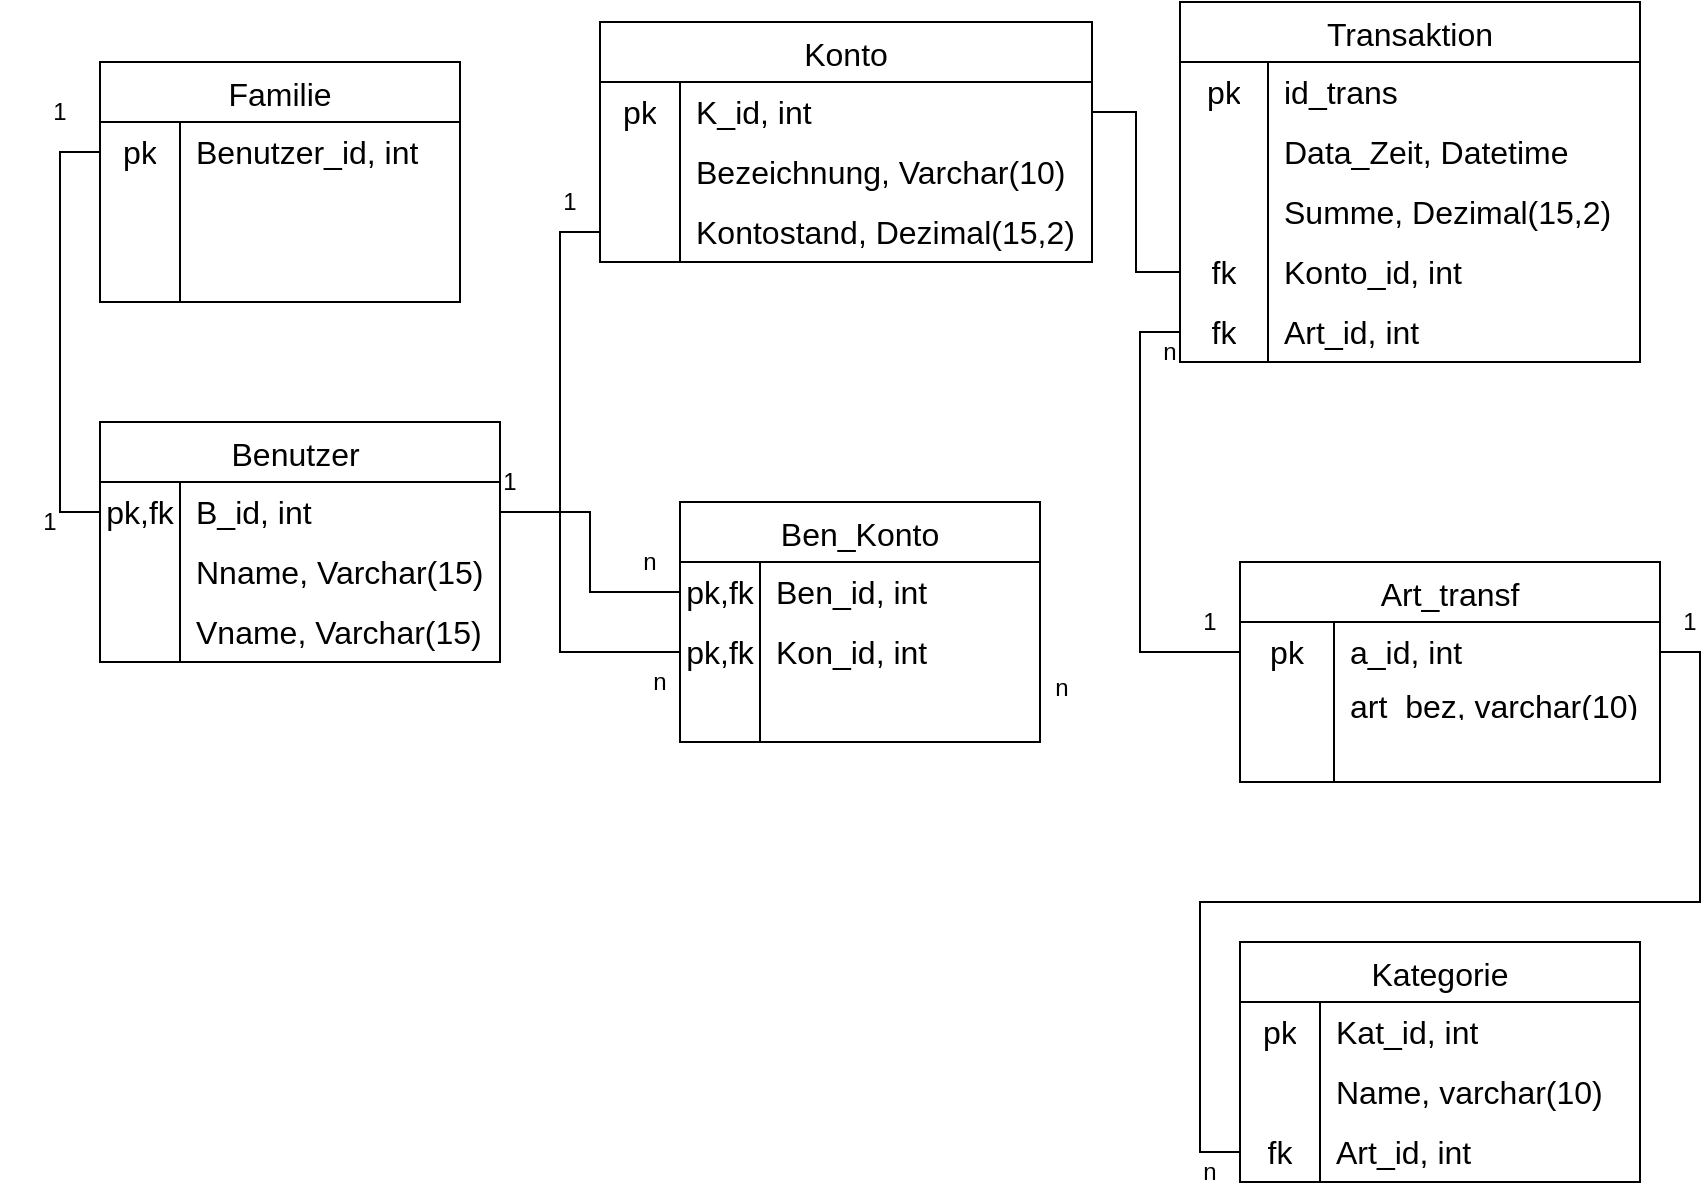
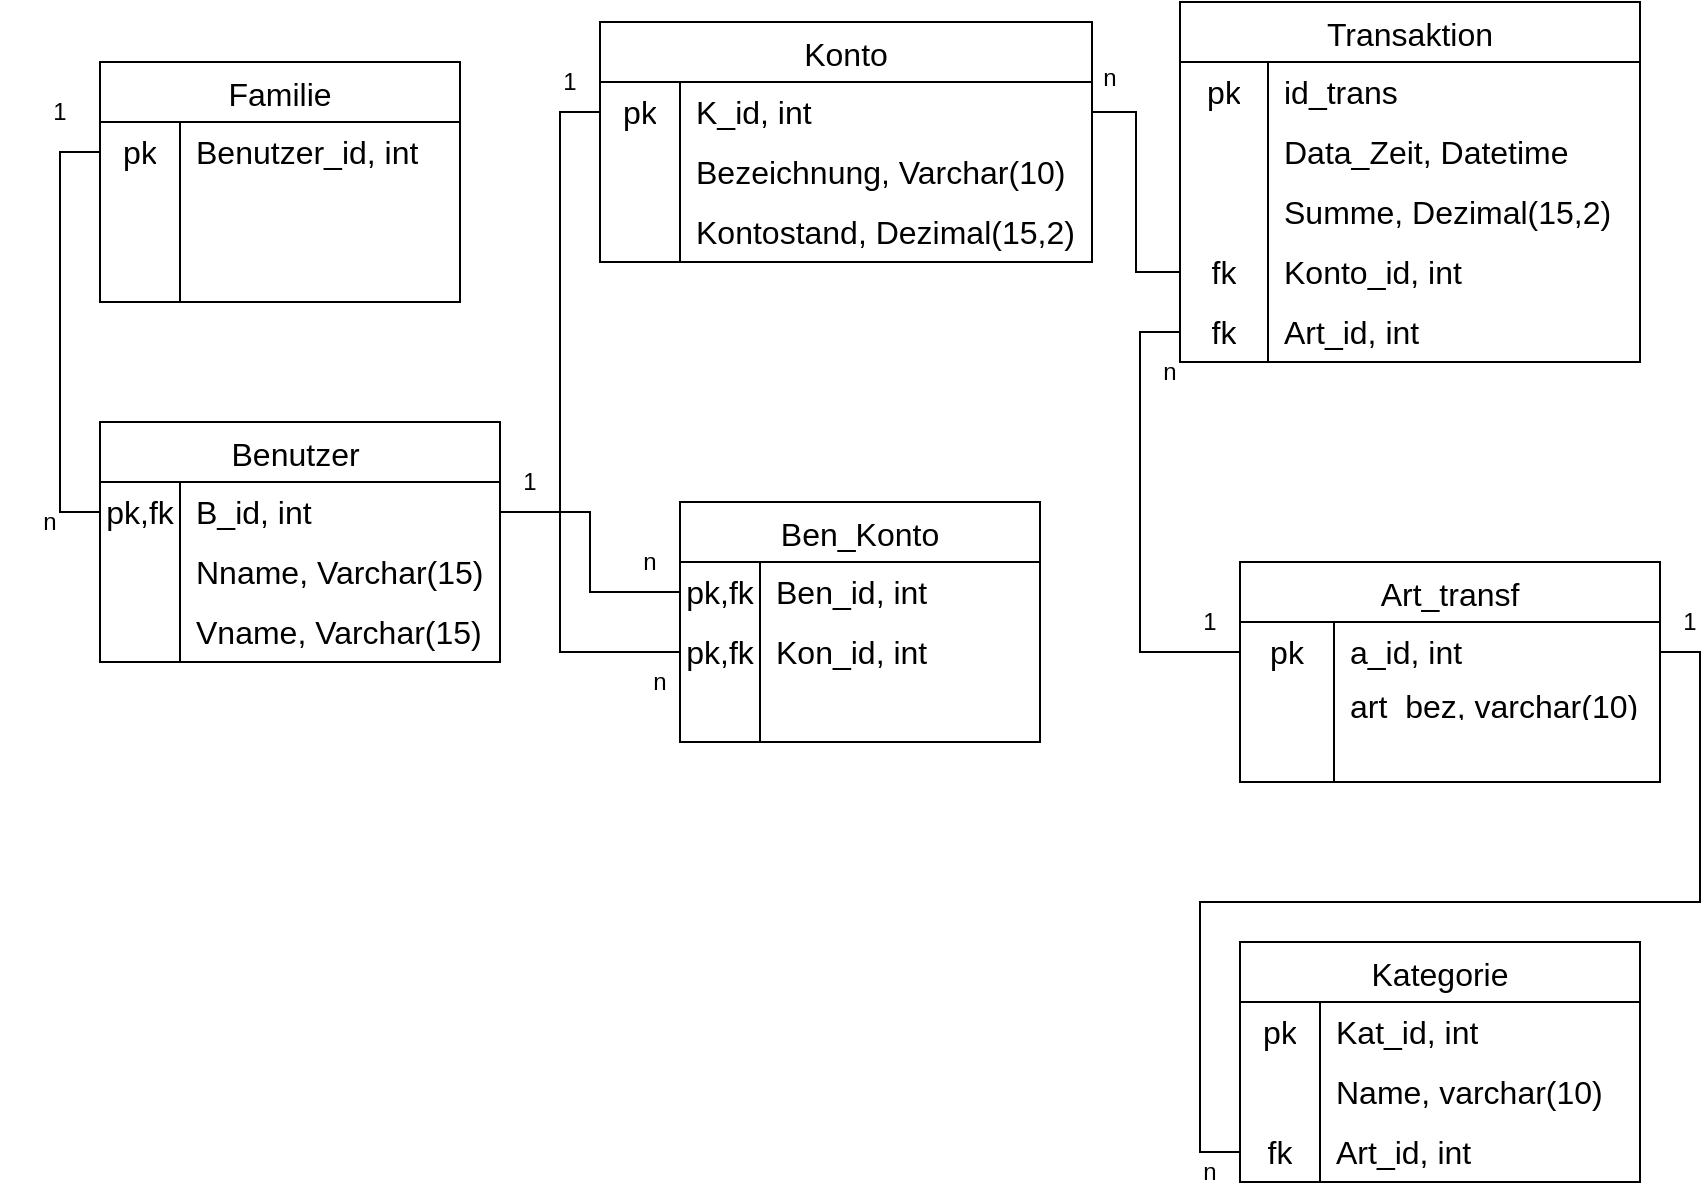
<mxfile host="app.diagrams.net">
  <diagram name="Seite-1" id="xPv2AC1nwmg8GyKB69Yi">
    <mxGraphModel dx="1537" dy="936" grid="1" gridSize="10" guides="1" tooltips="1" connect="1" arrows="1" fold="1" page="1" pageScale="1" pageWidth="827" pageHeight="1169" math="0" shadow="0">
      <root>
        <mxCell id="0" />
        <mxCell id="1" parent="0" />
        <mxCell id="_DhCgDT5A8rUitMqF_tN-1" parent="1" style="shape=table;startSize=30;container=1;collapsible=0;childLayout=tableLayout;fixedRows=1;rowLines=0;fontStyle=0;strokeColor=default;fontSize=16;" value="Familie" vertex="1">
          <mxGeometry height="120" width="180" x="70" y="210" as="geometry" />
        </mxCell>
        <mxCell id="_DhCgDT5A8rUitMqF_tN-2" parent="_DhCgDT5A8rUitMqF_tN-1" style="shape=tableRow;horizontal=0;startSize=0;swimlaneHead=0;swimlaneBody=0;top=0;left=0;bottom=0;right=0;collapsible=0;dropTarget=0;fillColor=none;points=[[0,0.5],[1,0.5]];portConstraint=eastwest;strokeColor=inherit;fontSize=16;" value="" vertex="1">
          <mxGeometry height="30" width="180" y="30" as="geometry" />
        </mxCell>
        <mxCell id="_DhCgDT5A8rUitMqF_tN-3" parent="_DhCgDT5A8rUitMqF_tN-2" style="shape=partialRectangle;html=1;whiteSpace=wrap;connectable=0;fillColor=none;top=0;left=0;bottom=0;right=0;overflow=hidden;pointerEvents=1;strokeColor=inherit;fontSize=16;" value="pk" vertex="1">
          <mxGeometry height="30" width="40" as="geometry">
            <mxRectangle height="30" width="40" as="alternateBounds" />
          </mxGeometry>
        </mxCell>
        <mxCell id="_DhCgDT5A8rUitMqF_tN-4" parent="_DhCgDT5A8rUitMqF_tN-2" style="shape=partialRectangle;html=1;whiteSpace=wrap;connectable=0;fillColor=none;top=0;left=0;bottom=0;right=0;align=left;spacingLeft=6;overflow=hidden;strokeColor=inherit;fontSize=16;" value="Benutzer_id, int" vertex="1">
          <mxGeometry height="30" width="140" x="40" as="geometry">
            <mxRectangle height="30" width="140" as="alternateBounds" />
          </mxGeometry>
        </mxCell>
        <mxCell id="_DhCgDT5A8rUitMqF_tN-5" parent="_DhCgDT5A8rUitMqF_tN-1" style="shape=tableRow;horizontal=0;startSize=0;swimlaneHead=0;swimlaneBody=0;top=0;left=0;bottom=0;right=0;collapsible=0;dropTarget=0;fillColor=none;points=[[0,0.5],[1,0.5]];portConstraint=eastwest;strokeColor=inherit;fontSize=16;" value="" vertex="1">
          <mxGeometry height="30" width="180" y="60" as="geometry" />
        </mxCell>
        <mxCell id="_DhCgDT5A8rUitMqF_tN-6" parent="_DhCgDT5A8rUitMqF_tN-5" style="shape=partialRectangle;html=1;whiteSpace=wrap;connectable=0;fillColor=none;top=0;left=0;bottom=0;right=0;overflow=hidden;strokeColor=inherit;fontSize=16;" value="" vertex="1">
          <mxGeometry height="30" width="40" as="geometry">
            <mxRectangle height="30" width="40" as="alternateBounds" />
          </mxGeometry>
        </mxCell>
        <mxCell id="_DhCgDT5A8rUitMqF_tN-7" parent="_DhCgDT5A8rUitMqF_tN-5" style="shape=partialRectangle;html=1;whiteSpace=wrap;connectable=0;fillColor=none;top=0;left=0;bottom=0;right=0;align=left;spacingLeft=6;overflow=hidden;strokeColor=inherit;fontSize=16;" value="" vertex="1">
          <mxGeometry height="30" width="140" x="40" as="geometry">
            <mxRectangle height="30" width="140" as="alternateBounds" />
          </mxGeometry>
        </mxCell>
        <mxCell id="_DhCgDT5A8rUitMqF_tN-8" parent="_DhCgDT5A8rUitMqF_tN-1" style="shape=tableRow;horizontal=0;startSize=0;swimlaneHead=0;swimlaneBody=0;top=0;left=0;bottom=0;right=0;collapsible=0;dropTarget=0;fillColor=none;points=[[0,0.5],[1,0.5]];portConstraint=eastwest;strokeColor=inherit;fontSize=16;" value="" vertex="1">
          <mxGeometry height="30" width="180" y="90" as="geometry" />
        </mxCell>
        <mxCell id="_DhCgDT5A8rUitMqF_tN-9" parent="_DhCgDT5A8rUitMqF_tN-8" style="shape=partialRectangle;html=1;whiteSpace=wrap;connectable=0;fillColor=none;top=0;left=0;bottom=0;right=0;overflow=hidden;strokeColor=inherit;fontSize=16;" value="" vertex="1">
          <mxGeometry height="30" width="40" as="geometry">
            <mxRectangle height="30" width="40" as="alternateBounds" />
          </mxGeometry>
        </mxCell>
        <mxCell id="_DhCgDT5A8rUitMqF_tN-10" parent="_DhCgDT5A8rUitMqF_tN-8" style="shape=partialRectangle;html=1;whiteSpace=wrap;connectable=0;fillColor=none;top=0;left=0;bottom=0;right=0;align=left;spacingLeft=6;overflow=hidden;strokeColor=inherit;fontSize=16;" value="" vertex="1">
          <mxGeometry height="30" width="140" x="40" as="geometry">
            <mxRectangle height="30" width="140" as="alternateBounds" />
          </mxGeometry>
        </mxCell>
        <mxCell id="_DhCgDT5A8rUitMqF_tN-11" parent="1" style="shape=table;startSize=30;container=1;collapsible=0;childLayout=tableLayout;fixedRows=1;rowLines=0;fontStyle=0;strokeColor=default;fontSize=16;" value="Benutzer " vertex="1">
          <mxGeometry height="120" width="200" x="70" y="390" as="geometry" />
        </mxCell>
        <mxCell id="_DhCgDT5A8rUitMqF_tN-12" parent="_DhCgDT5A8rUitMqF_tN-11" style="shape=tableRow;horizontal=0;startSize=0;swimlaneHead=0;swimlaneBody=0;top=0;left=0;bottom=0;right=0;collapsible=0;dropTarget=0;fillColor=none;points=[[0,0.5],[1,0.5]];portConstraint=eastwest;strokeColor=inherit;fontSize=16;" value="" vertex="1">
          <mxGeometry height="30" width="200" y="30" as="geometry" />
        </mxCell>
        <mxCell id="_DhCgDT5A8rUitMqF_tN-13" parent="_DhCgDT5A8rUitMqF_tN-12" style="shape=partialRectangle;html=1;whiteSpace=wrap;connectable=0;fillColor=none;top=0;left=0;bottom=0;right=0;overflow=hidden;pointerEvents=1;strokeColor=inherit;fontSize=16;" value="pk,fk" vertex="1">
          <mxGeometry height="30" width="40" as="geometry">
            <mxRectangle height="30" width="40" as="alternateBounds" />
          </mxGeometry>
        </mxCell>
        <mxCell id="_DhCgDT5A8rUitMqF_tN-14" parent="_DhCgDT5A8rUitMqF_tN-12" style="shape=partialRectangle;html=1;whiteSpace=wrap;connectable=0;fillColor=none;top=0;left=0;bottom=0;right=0;align=left;spacingLeft=6;overflow=hidden;strokeColor=inherit;fontSize=16;" value="B_id, int" vertex="1">
          <mxGeometry height="30" width="160" x="40" as="geometry">
            <mxRectangle height="30" width="160" as="alternateBounds" />
          </mxGeometry>
        </mxCell>
        <mxCell id="_DhCgDT5A8rUitMqF_tN-15" parent="_DhCgDT5A8rUitMqF_tN-11" style="shape=tableRow;horizontal=0;startSize=0;swimlaneHead=0;swimlaneBody=0;top=0;left=0;bottom=0;right=0;collapsible=0;dropTarget=0;fillColor=none;points=[[0,0.5],[1,0.5]];portConstraint=eastwest;strokeColor=inherit;fontSize=16;" value="" vertex="1">
          <mxGeometry height="30" width="200" y="60" as="geometry" />
        </mxCell>
        <mxCell id="_DhCgDT5A8rUitMqF_tN-16" parent="_DhCgDT5A8rUitMqF_tN-15" style="shape=partialRectangle;html=1;whiteSpace=wrap;connectable=0;fillColor=none;top=0;left=0;bottom=0;right=0;overflow=hidden;strokeColor=inherit;fontSize=16;" value="" vertex="1">
          <mxGeometry height="30" width="40" as="geometry">
            <mxRectangle height="30" width="40" as="alternateBounds" />
          </mxGeometry>
        </mxCell>
        <mxCell id="_DhCgDT5A8rUitMqF_tN-17" parent="_DhCgDT5A8rUitMqF_tN-15" style="shape=partialRectangle;html=1;whiteSpace=wrap;connectable=0;fillColor=none;top=0;left=0;bottom=0;right=0;align=left;spacingLeft=6;overflow=hidden;strokeColor=inherit;fontSize=16;" value="Nname, Varchar(15)" vertex="1">
          <mxGeometry height="30" width="160" x="40" as="geometry">
            <mxRectangle height="30" width="160" as="alternateBounds" />
          </mxGeometry>
        </mxCell>
        <mxCell id="_DhCgDT5A8rUitMqF_tN-18" parent="_DhCgDT5A8rUitMqF_tN-11" style="shape=tableRow;horizontal=0;startSize=0;swimlaneHead=0;swimlaneBody=0;top=0;left=0;bottom=0;right=0;collapsible=0;dropTarget=0;fillColor=none;points=[[0,0.5],[1,0.5]];portConstraint=eastwest;strokeColor=inherit;fontSize=16;" value="" vertex="1">
          <mxGeometry height="30" width="200" y="90" as="geometry" />
        </mxCell>
        <mxCell id="_DhCgDT5A8rUitMqF_tN-19" parent="_DhCgDT5A8rUitMqF_tN-18" style="shape=partialRectangle;html=1;whiteSpace=wrap;connectable=0;fillColor=none;top=0;left=0;bottom=0;right=0;overflow=hidden;strokeColor=inherit;fontSize=16;" value="" vertex="1">
          <mxGeometry height="30" width="40" as="geometry">
            <mxRectangle height="30" width="40" as="alternateBounds" />
          </mxGeometry>
        </mxCell>
        <mxCell id="_DhCgDT5A8rUitMqF_tN-20" parent="_DhCgDT5A8rUitMqF_tN-18" style="shape=partialRectangle;html=1;whiteSpace=wrap;connectable=0;fillColor=none;top=0;left=0;bottom=0;right=0;align=left;spacingLeft=6;overflow=hidden;strokeColor=inherit;fontSize=16;" value="Vname, Varchar(15)" vertex="1">
          <mxGeometry height="30" width="160" x="40" as="geometry">
            <mxRectangle height="30" width="160" as="alternateBounds" />
          </mxGeometry>
        </mxCell>
        <mxCell id="_DhCgDT5A8rUitMqF_tN-21" edge="1" parent="1" source="_DhCgDT5A8rUitMqF_tN-2" style="edgeStyle=orthogonalEdgeStyle;rounded=0;orthogonalLoop=1;jettySize=auto;html=1;entryX=0;entryY=0.5;entryDx=0;entryDy=0;exitX=0;exitY=0.5;exitDx=0;exitDy=0;endArrow=none;endFill=0;" target="_DhCgDT5A8rUitMqF_tN-12">
          <mxGeometry relative="1" as="geometry" />
        </mxCell>
        <mxCell id="_DhCgDT5A8rUitMqF_tN-22" parent="1" style="text;html=1;whiteSpace=wrap;strokeColor=none;fillColor=none;align=center;verticalAlign=middle;rounded=0;" value="1" vertex="1">
          <mxGeometry height="30" width="60" x="20" y="220" as="geometry" />
        </mxCell>
-         <mxCell id="_DhCgDT5A8rUitMqF_tN-23" parent="1" style="text;html=1;whiteSpace=wrap;strokeColor=none;fillColor=none;align=center;verticalAlign=middle;rounded=0;" value="1" vertex="1">
+         <mxCell id="_DhCgDT5A8rUitMqF_tN-23" parent="1" style="text;html=1;whiteSpace=wrap;strokeColor=none;fillColor=none;align=center;verticalAlign=middle;rounded=0;" value="n" vertex="1">
          <mxGeometry height="20" width="30" x="30" y="430" as="geometry" />
        </mxCell>
        <mxCell id="_DhCgDT5A8rUitMqF_tN-24" parent="1" style="shape=table;startSize=30;container=1;collapsible=0;childLayout=tableLayout;fixedRows=1;rowLines=0;fontStyle=0;strokeColor=default;fontSize=16;" value="Ben_Konto" vertex="1">
          <mxGeometry height="120" width="180" x="360" y="430" as="geometry" />
        </mxCell>
        <mxCell id="_DhCgDT5A8rUitMqF_tN-25" parent="_DhCgDT5A8rUitMqF_tN-24" style="shape=tableRow;horizontal=0;startSize=0;swimlaneHead=0;swimlaneBody=0;top=0;left=0;bottom=0;right=0;collapsible=0;dropTarget=0;fillColor=none;points=[[0,0.5],[1,0.5]];portConstraint=eastwest;strokeColor=inherit;fontSize=16;" value="" vertex="1">
          <mxGeometry height="30" width="180" y="30" as="geometry" />
        </mxCell>
        <mxCell id="_DhCgDT5A8rUitMqF_tN-26" parent="_DhCgDT5A8rUitMqF_tN-25" style="shape=partialRectangle;html=1;whiteSpace=wrap;connectable=0;fillColor=none;top=0;left=0;bottom=0;right=0;overflow=hidden;pointerEvents=1;strokeColor=inherit;fontSize=16;" value="pk,fk" vertex="1">
          <mxGeometry height="30" width="40" as="geometry">
            <mxRectangle height="30" width="40" as="alternateBounds" />
          </mxGeometry>
        </mxCell>
        <mxCell id="_DhCgDT5A8rUitMqF_tN-27" parent="_DhCgDT5A8rUitMqF_tN-25" style="shape=partialRectangle;html=1;whiteSpace=wrap;connectable=0;fillColor=none;top=0;left=0;bottom=0;right=0;align=left;spacingLeft=6;overflow=hidden;strokeColor=inherit;fontSize=16;" value="Ben_id, int" vertex="1">
          <mxGeometry height="30" width="140" x="40" as="geometry">
            <mxRectangle height="30" width="140" as="alternateBounds" />
          </mxGeometry>
        </mxCell>
        <mxCell id="_DhCgDT5A8rUitMqF_tN-28" parent="_DhCgDT5A8rUitMqF_tN-24" style="shape=tableRow;horizontal=0;startSize=0;swimlaneHead=0;swimlaneBody=0;top=0;left=0;bottom=0;right=0;collapsible=0;dropTarget=0;fillColor=none;points=[[0,0.5],[1,0.5]];portConstraint=eastwest;strokeColor=inherit;fontSize=16;" value="" vertex="1">
          <mxGeometry height="30" width="180" y="60" as="geometry" />
        </mxCell>
        <mxCell id="_DhCgDT5A8rUitMqF_tN-29" parent="_DhCgDT5A8rUitMqF_tN-28" style="shape=partialRectangle;html=1;whiteSpace=wrap;connectable=0;fillColor=none;top=0;left=0;bottom=0;right=0;overflow=hidden;strokeColor=inherit;fontSize=16;" value="pk,fk" vertex="1">
          <mxGeometry height="30" width="40" as="geometry">
            <mxRectangle height="30" width="40" as="alternateBounds" />
          </mxGeometry>
        </mxCell>
        <mxCell id="_DhCgDT5A8rUitMqF_tN-30" parent="_DhCgDT5A8rUitMqF_tN-28" style="shape=partialRectangle;html=1;whiteSpace=wrap;connectable=0;fillColor=none;top=0;left=0;bottom=0;right=0;align=left;spacingLeft=6;overflow=hidden;strokeColor=inherit;fontSize=16;" value="Kon_id, int" vertex="1">
          <mxGeometry height="30" width="140" x="40" as="geometry">
            <mxRectangle height="30" width="140" as="alternateBounds" />
          </mxGeometry>
        </mxCell>
        <mxCell id="_DhCgDT5A8rUitMqF_tN-31" parent="_DhCgDT5A8rUitMqF_tN-24" style="shape=tableRow;horizontal=0;startSize=0;swimlaneHead=0;swimlaneBody=0;top=0;left=0;bottom=0;right=0;collapsible=0;dropTarget=0;fillColor=none;points=[[0,0.5],[1,0.5]];portConstraint=eastwest;strokeColor=inherit;fontSize=16;" value="" vertex="1">
          <mxGeometry height="30" width="180" y="90" as="geometry" />
        </mxCell>
        <mxCell id="_DhCgDT5A8rUitMqF_tN-32" parent="_DhCgDT5A8rUitMqF_tN-31" style="shape=partialRectangle;html=1;whiteSpace=wrap;connectable=0;fillColor=none;top=0;left=0;bottom=0;right=0;overflow=hidden;strokeColor=inherit;fontSize=16;" value="" vertex="1">
          <mxGeometry height="30" width="40" as="geometry">
            <mxRectangle height="30" width="40" as="alternateBounds" />
          </mxGeometry>
        </mxCell>
        <mxCell id="_DhCgDT5A8rUitMqF_tN-33" parent="_DhCgDT5A8rUitMqF_tN-31" style="shape=partialRectangle;html=1;whiteSpace=wrap;connectable=0;fillColor=none;top=0;left=0;bottom=0;right=0;align=left;spacingLeft=6;overflow=hidden;strokeColor=inherit;fontSize=16;" value="" vertex="1">
          <mxGeometry height="30" width="140" x="40" as="geometry">
            <mxRectangle height="30" width="140" as="alternateBounds" />
          </mxGeometry>
        </mxCell>
        <mxCell id="_DhCgDT5A8rUitMqF_tN-34" parent="1" style="shape=table;startSize=30;container=1;collapsible=0;childLayout=tableLayout;fixedRows=1;rowLines=0;fontStyle=0;strokeColor=default;fontSize=16;" value="Konto" vertex="1">
          <mxGeometry height="120" width="246" x="320" y="190" as="geometry" />
        </mxCell>
        <mxCell id="_DhCgDT5A8rUitMqF_tN-35" parent="_DhCgDT5A8rUitMqF_tN-34" style="shape=tableRow;horizontal=0;startSize=0;swimlaneHead=0;swimlaneBody=0;top=0;left=0;bottom=0;right=0;collapsible=0;dropTarget=0;fillColor=none;points=[[0,0.5],[1,0.5]];portConstraint=eastwest;strokeColor=inherit;fontSize=16;" value="" vertex="1">
          <mxGeometry height="30" width="246" y="30" as="geometry" />
        </mxCell>
        <mxCell id="_DhCgDT5A8rUitMqF_tN-36" parent="_DhCgDT5A8rUitMqF_tN-35" style="shape=partialRectangle;html=1;whiteSpace=wrap;connectable=0;fillColor=none;top=0;left=0;bottom=0;right=0;overflow=hidden;pointerEvents=1;strokeColor=inherit;fontSize=16;" value="pk" vertex="1">
          <mxGeometry height="30" width="40" as="geometry">
            <mxRectangle height="30" width="40" as="alternateBounds" />
          </mxGeometry>
        </mxCell>
        <mxCell id="_DhCgDT5A8rUitMqF_tN-37" parent="_DhCgDT5A8rUitMqF_tN-35" style="shape=partialRectangle;html=1;whiteSpace=wrap;connectable=0;fillColor=none;top=0;left=0;bottom=0;right=0;align=left;spacingLeft=6;overflow=hidden;strokeColor=inherit;fontSize=16;" value="K_id, int" vertex="1">
          <mxGeometry height="30" width="206" x="40" as="geometry">
            <mxRectangle height="30" width="206" as="alternateBounds" />
          </mxGeometry>
        </mxCell>
        <mxCell id="_DhCgDT5A8rUitMqF_tN-38" parent="_DhCgDT5A8rUitMqF_tN-34" style="shape=tableRow;horizontal=0;startSize=0;swimlaneHead=0;swimlaneBody=0;top=0;left=0;bottom=0;right=0;collapsible=0;dropTarget=0;fillColor=none;points=[[0,0.5],[1,0.5]];portConstraint=eastwest;strokeColor=inherit;fontSize=16;" value="" vertex="1">
          <mxGeometry height="30" width="246" y="60" as="geometry" />
        </mxCell>
        <mxCell id="_DhCgDT5A8rUitMqF_tN-39" parent="_DhCgDT5A8rUitMqF_tN-38" style="shape=partialRectangle;html=1;whiteSpace=wrap;connectable=0;fillColor=none;top=0;left=0;bottom=0;right=0;overflow=hidden;strokeColor=inherit;fontSize=16;" value="" vertex="1">
          <mxGeometry height="30" width="40" as="geometry">
            <mxRectangle height="30" width="40" as="alternateBounds" />
          </mxGeometry>
        </mxCell>
        <mxCell id="_DhCgDT5A8rUitMqF_tN-40" parent="_DhCgDT5A8rUitMqF_tN-38" style="shape=partialRectangle;html=1;whiteSpace=wrap;connectable=0;fillColor=none;top=0;left=0;bottom=0;right=0;align=left;spacingLeft=6;overflow=hidden;strokeColor=inherit;fontSize=16;" value="Bezeichnung, Varchar(10)" vertex="1">
          <mxGeometry height="30" width="206" x="40" as="geometry">
            <mxRectangle height="30" width="206" as="alternateBounds" />
          </mxGeometry>
        </mxCell>
        <mxCell id="_DhCgDT5A8rUitMqF_tN-41" parent="_DhCgDT5A8rUitMqF_tN-34" style="shape=tableRow;horizontal=0;startSize=0;swimlaneHead=0;swimlaneBody=0;top=0;left=0;bottom=0;right=0;collapsible=0;dropTarget=0;fillColor=none;points=[[0,0.5],[1,0.5]];portConstraint=eastwest;strokeColor=inherit;fontSize=16;" value="" vertex="1">
          <mxGeometry height="30" width="246" y="90" as="geometry" />
        </mxCell>
        <mxCell id="_DhCgDT5A8rUitMqF_tN-42" parent="_DhCgDT5A8rUitMqF_tN-41" style="shape=partialRectangle;html=1;whiteSpace=wrap;connectable=0;fillColor=none;top=0;left=0;bottom=0;right=0;overflow=hidden;strokeColor=inherit;fontSize=16;" value="" vertex="1">
          <mxGeometry height="30" width="40" as="geometry">
            <mxRectangle height="30" width="40" as="alternateBounds" />
          </mxGeometry>
        </mxCell>
        <mxCell id="_DhCgDT5A8rUitMqF_tN-43" parent="_DhCgDT5A8rUitMqF_tN-41" style="shape=partialRectangle;html=1;whiteSpace=wrap;connectable=0;fillColor=none;top=0;left=0;bottom=0;right=0;align=left;spacingLeft=6;overflow=hidden;strokeColor=inherit;fontSize=16;" value="Kontostand, Dezimal(15,2)" vertex="1">
          <mxGeometry height="30" width="206" x="40" as="geometry">
            <mxRectangle height="30" width="206" as="alternateBounds" />
          </mxGeometry>
        </mxCell>
        <mxCell id="_DhCgDT5A8rUitMqF_tN-44" edge="1" parent="1" source="_DhCgDT5A8rUitMqF_tN-12" style="edgeStyle=orthogonalEdgeStyle;rounded=0;orthogonalLoop=1;jettySize=auto;html=1;exitX=1;exitY=0.5;exitDx=0;exitDy=0;entryX=0;entryY=0.5;entryDx=0;entryDy=0;endArrow=none;endFill=0;" target="_DhCgDT5A8rUitMqF_tN-25">
          <mxGeometry relative="1" as="geometry" />
        </mxCell>
        <mxCell id="_DhCgDT5A8rUitMqF_tN-45" parent="1" style="text;html=1;whiteSpace=wrap;strokeColor=none;fillColor=none;align=center;verticalAlign=middle;rounded=0;" value="1" vertex="1">
-           <mxGeometry height="20" width="30" x="260" y="410" as="geometry" />
+           <mxGeometry height="20" width="30" x="270" y="410" as="geometry" />
        </mxCell>
        <mxCell id="_DhCgDT5A8rUitMqF_tN-46" parent="1" style="text;html=1;whiteSpace=wrap;strokeColor=none;fillColor=none;align=center;verticalAlign=middle;rounded=0;" value="n" vertex="1">
          <mxGeometry height="20" width="30" x="330" y="450" as="geometry" />
        </mxCell>
        <mxCell id="_DhCgDT5A8rUitMqF_tN-47" parent="1" style="text;html=1;whiteSpace=wrap;strokeColor=none;fillColor=none;align=center;verticalAlign=middle;rounded=0;" value="n" vertex="1">
-           <mxGeometry height="15" width="30" x="536" y="515" as="geometry" />
+           <mxGeometry height="15" width="30" x="560" y="210" as="geometry" />
        </mxCell>
        <mxCell id="_DhCgDT5A8rUitMqF_tN-48" parent="1" style="shape=table;startSize=30;container=1;collapsible=0;childLayout=tableLayout;fixedRows=1;rowLines=0;fontStyle=0;strokeColor=default;fontSize=16;" value="Transaktion" vertex="1">
          <mxGeometry height="180" width="230" x="610" y="180" as="geometry" />
        </mxCell>
        <mxCell id="_DhCgDT5A8rUitMqF_tN-49" parent="_DhCgDT5A8rUitMqF_tN-48" style="shape=tableRow;horizontal=0;startSize=0;swimlaneHead=0;swimlaneBody=0;top=0;left=0;bottom=0;right=0;collapsible=0;dropTarget=0;fillColor=none;points=[[0,0.5],[1,0.5]];portConstraint=eastwest;strokeColor=inherit;fontSize=16;" value="" vertex="1">
          <mxGeometry height="30" width="230" y="30" as="geometry" />
        </mxCell>
        <mxCell id="_DhCgDT5A8rUitMqF_tN-50" parent="_DhCgDT5A8rUitMqF_tN-49" style="shape=partialRectangle;html=1;whiteSpace=wrap;connectable=0;fillColor=none;top=0;left=0;bottom=0;right=0;overflow=hidden;pointerEvents=1;strokeColor=inherit;fontSize=16;" value="pk" vertex="1">
          <mxGeometry height="30" width="44" as="geometry">
            <mxRectangle height="30" width="44" as="alternateBounds" />
          </mxGeometry>
        </mxCell>
        <mxCell id="_DhCgDT5A8rUitMqF_tN-51" parent="_DhCgDT5A8rUitMqF_tN-49" style="shape=partialRectangle;html=1;whiteSpace=wrap;connectable=0;fillColor=none;top=0;left=0;bottom=0;right=0;align=left;spacingLeft=6;overflow=hidden;strokeColor=inherit;fontSize=16;" value="id_trans" vertex="1">
          <mxGeometry height="30" width="186" x="44" as="geometry">
            <mxRectangle height="30" width="186" as="alternateBounds" />
          </mxGeometry>
        </mxCell>
        <mxCell id="_DhCgDT5A8rUitMqF_tN-52" parent="_DhCgDT5A8rUitMqF_tN-48" style="shape=tableRow;horizontal=0;startSize=0;swimlaneHead=0;swimlaneBody=0;top=0;left=0;bottom=0;right=0;collapsible=0;dropTarget=0;fillColor=none;points=[[0,0.5],[1,0.5]];portConstraint=eastwest;strokeColor=inherit;fontSize=16;" value="" vertex="1">
          <mxGeometry height="30" width="230" y="60" as="geometry" />
        </mxCell>
        <mxCell id="_DhCgDT5A8rUitMqF_tN-53" parent="_DhCgDT5A8rUitMqF_tN-52" style="shape=partialRectangle;html=1;whiteSpace=wrap;connectable=0;fillColor=none;top=0;left=0;bottom=0;right=0;overflow=hidden;strokeColor=inherit;fontSize=16;" value="" vertex="1">
          <mxGeometry height="30" width="44" as="geometry">
            <mxRectangle height="30" width="44" as="alternateBounds" />
          </mxGeometry>
        </mxCell>
        <mxCell id="_DhCgDT5A8rUitMqF_tN-54" parent="_DhCgDT5A8rUitMqF_tN-52" style="shape=partialRectangle;html=1;whiteSpace=wrap;connectable=0;fillColor=none;top=0;left=0;bottom=0;right=0;align=left;spacingLeft=6;overflow=hidden;strokeColor=inherit;fontSize=16;" value="Data_Zeit, Datetime" vertex="1">
          <mxGeometry height="30" width="186" x="44" as="geometry">
            <mxRectangle height="30" width="186" as="alternateBounds" />
          </mxGeometry>
        </mxCell>
        <mxCell id="_DhCgDT5A8rUitMqF_tN-55" parent="_DhCgDT5A8rUitMqF_tN-48" style="shape=tableRow;horizontal=0;startSize=0;swimlaneHead=0;swimlaneBody=0;top=0;left=0;bottom=0;right=0;collapsible=0;dropTarget=0;fillColor=none;points=[[0,0.5],[1,0.5]];portConstraint=eastwest;strokeColor=inherit;fontSize=16;" value="" vertex="1">
          <mxGeometry height="30" width="230" y="90" as="geometry" />
        </mxCell>
        <mxCell id="_DhCgDT5A8rUitMqF_tN-56" parent="_DhCgDT5A8rUitMqF_tN-55" style="shape=partialRectangle;html=1;whiteSpace=wrap;connectable=0;fillColor=none;top=0;left=0;bottom=0;right=0;overflow=hidden;strokeColor=inherit;fontSize=16;" value="" vertex="1">
          <mxGeometry height="30" width="44" as="geometry">
            <mxRectangle height="30" width="44" as="alternateBounds" />
          </mxGeometry>
        </mxCell>
        <mxCell id="_DhCgDT5A8rUitMqF_tN-57" parent="_DhCgDT5A8rUitMqF_tN-55" style="shape=partialRectangle;html=1;whiteSpace=wrap;connectable=0;fillColor=none;top=0;left=0;bottom=0;right=0;align=left;spacingLeft=6;overflow=hidden;strokeColor=inherit;fontSize=16;" value="Summe, Dezimal(15,2)" vertex="1">
          <mxGeometry height="30" width="186" x="44" as="geometry">
            <mxRectangle height="30" width="186" as="alternateBounds" />
          </mxGeometry>
        </mxCell>
        <mxCell id="_DhCgDT5A8rUitMqF_tN-58" parent="_DhCgDT5A8rUitMqF_tN-48" style="shape=tableRow;horizontal=0;startSize=0;swimlaneHead=0;swimlaneBody=0;top=0;left=0;bottom=0;right=0;collapsible=0;dropTarget=0;fillColor=none;points=[[0,0.5],[1,0.5]];portConstraint=eastwest;strokeColor=inherit;fontSize=16;" vertex="1">
          <mxGeometry height="30" width="230" y="120" as="geometry" />
        </mxCell>
        <mxCell id="_DhCgDT5A8rUitMqF_tN-59" parent="_DhCgDT5A8rUitMqF_tN-58" style="shape=partialRectangle;html=1;whiteSpace=wrap;connectable=0;fillColor=none;top=0;left=0;bottom=0;right=0;overflow=hidden;strokeColor=inherit;fontSize=16;" value="fk" vertex="1">
          <mxGeometry height="30" width="44" as="geometry">
            <mxRectangle height="30" width="44" as="alternateBounds" />
          </mxGeometry>
        </mxCell>
        <mxCell id="_DhCgDT5A8rUitMqF_tN-60" parent="_DhCgDT5A8rUitMqF_tN-58" style="shape=partialRectangle;html=1;whiteSpace=wrap;connectable=0;fillColor=none;top=0;left=0;bottom=0;right=0;align=left;spacingLeft=6;overflow=hidden;strokeColor=inherit;fontSize=16;" value="Konto_id, int" vertex="1">
          <mxGeometry height="30" width="186" x="44" as="geometry">
            <mxRectangle height="30" width="186" as="alternateBounds" />
          </mxGeometry>
        </mxCell>
        <mxCell id="_DhCgDT5A8rUitMqF_tN-61" parent="_DhCgDT5A8rUitMqF_tN-48" style="shape=tableRow;horizontal=0;startSize=0;swimlaneHead=0;swimlaneBody=0;top=0;left=0;bottom=0;right=0;collapsible=0;dropTarget=0;fillColor=none;points=[[0,0.5],[1,0.5]];portConstraint=eastwest;strokeColor=inherit;fontSize=16;" vertex="1">
          <mxGeometry height="30" width="230" y="150" as="geometry" />
        </mxCell>
        <mxCell id="_DhCgDT5A8rUitMqF_tN-62" parent="_DhCgDT5A8rUitMqF_tN-61" style="shape=partialRectangle;html=1;whiteSpace=wrap;connectable=0;fillColor=none;top=0;left=0;bottom=0;right=0;overflow=hidden;strokeColor=inherit;fontSize=16;" value="fk" vertex="1">
          <mxGeometry height="30" width="44" as="geometry">
            <mxRectangle height="30" width="44" as="alternateBounds" />
          </mxGeometry>
        </mxCell>
        <mxCell id="_DhCgDT5A8rUitMqF_tN-63" parent="_DhCgDT5A8rUitMqF_tN-61" style="shape=partialRectangle;html=1;whiteSpace=wrap;connectable=0;fillColor=none;top=0;left=0;bottom=0;right=0;align=left;spacingLeft=6;overflow=hidden;strokeColor=inherit;fontSize=16;" value="Art_id, int" vertex="1">
          <mxGeometry height="30" width="186" x="44" as="geometry">
            <mxRectangle height="30" width="186" as="alternateBounds" />
          </mxGeometry>
        </mxCell>
-         <mxCell id="_DhCgDT5A8rUitMqF_tN-64" edge="1" parent="1" source="_DhCgDT5A8rUitMqF_tN-28" style="edgeStyle=orthogonalEdgeStyle;rounded=0;orthogonalLoop=1;jettySize=auto;html=1;exitX=0;exitY=0.5;exitDx=0;exitDy=0;entryX=0;entryY=0.5;entryDx=0;entryDy=0;endArrow=none;endFill=0;" target="_DhCgDT5A8rUitMqF_tN-41">
+         <mxCell id="_DhCgDT5A8rUitMqF_tN-64" edge="1" parent="1" source="_DhCgDT5A8rUitMqF_tN-28" style="edgeStyle=orthogonalEdgeStyle;rounded=0;orthogonalLoop=1;jettySize=auto;html=1;exitX=0;exitY=0.5;exitDx=0;exitDy=0;entryX=0;entryY=0.5;entryDx=0;entryDy=0;endArrow=none;endFill=0;" target="_DhCgDT5A8rUitMqF_tN-35">
          <mxGeometry relative="1" as="geometry" />
        </mxCell>
        <mxCell id="_DhCgDT5A8rUitMqF_tN-65" parent="1" style="text;html=1;whiteSpace=wrap;strokeColor=none;fillColor=none;align=center;verticalAlign=middle;rounded=0;" value="n" vertex="1">
          <mxGeometry height="20" width="20" x="340" y="510" as="geometry" />
        </mxCell>
        <mxCell id="_DhCgDT5A8rUitMqF_tN-66" parent="1" style="text;html=1;whiteSpace=wrap;strokeColor=none;fillColor=none;align=center;verticalAlign=middle;rounded=0;" value="1" vertex="1">
-           <mxGeometry height="20" width="30" x="290" y="270" as="geometry" />
+           <mxGeometry height="20" width="30" x="290" y="210" as="geometry" />
        </mxCell>
        <mxCell id="_DhCgDT5A8rUitMqF_tN-67" edge="1" parent="1" source="_DhCgDT5A8rUitMqF_tN-58" style="edgeStyle=orthogonalEdgeStyle;rounded=0;orthogonalLoop=1;jettySize=auto;html=1;exitX=0;exitY=0.5;exitDx=0;exitDy=0;entryX=1;entryY=0.5;entryDx=0;entryDy=0;endArrow=none;endFill=0;" target="_DhCgDT5A8rUitMqF_tN-35">
          <mxGeometry relative="1" as="geometry">
            <mxPoint x="660" y="510" as="targetPoint" />
          </mxGeometry>
        </mxCell>
        <mxCell id="_DhCgDT5A8rUitMqF_tN-68" parent="1" style="shape=table;startSize=30;container=1;collapsible=0;childLayout=tableLayout;fixedRows=1;rowLines=0;fontStyle=0;strokeColor=default;fontSize=16;" value="Art_transf" vertex="1">
          <mxGeometry height="110" width="210" x="640" y="460" as="geometry" />
        </mxCell>
        <mxCell id="_DhCgDT5A8rUitMqF_tN-69" parent="_DhCgDT5A8rUitMqF_tN-68" style="shape=tableRow;horizontal=0;startSize=0;swimlaneHead=0;swimlaneBody=0;top=0;left=0;bottom=0;right=0;collapsible=0;dropTarget=0;fillColor=none;points=[[0,0.5],[1,0.5]];portConstraint=eastwest;strokeColor=inherit;fontSize=16;" value="" vertex="1">
          <mxGeometry height="30" width="210" y="30" as="geometry" />
        </mxCell>
        <mxCell id="_DhCgDT5A8rUitMqF_tN-70" parent="_DhCgDT5A8rUitMqF_tN-69" style="shape=partialRectangle;html=1;whiteSpace=wrap;connectable=0;fillColor=none;top=0;left=0;bottom=0;right=0;overflow=hidden;pointerEvents=1;strokeColor=inherit;fontSize=16;" value="pk" vertex="1">
          <mxGeometry height="30" width="47" as="geometry">
            <mxRectangle height="30" width="47" as="alternateBounds" />
          </mxGeometry>
        </mxCell>
        <mxCell id="_DhCgDT5A8rUitMqF_tN-71" parent="_DhCgDT5A8rUitMqF_tN-69" style="shape=partialRectangle;html=1;whiteSpace=wrap;connectable=0;fillColor=none;top=0;left=0;bottom=0;right=0;align=left;spacingLeft=6;overflow=hidden;strokeColor=inherit;fontSize=16;" value="a_id, int" vertex="1">
          <mxGeometry height="30" width="163" x="47" as="geometry">
            <mxRectangle height="30" width="163" as="alternateBounds" />
          </mxGeometry>
        </mxCell>
        <mxCell id="_DhCgDT5A8rUitMqF_tN-72" parent="_DhCgDT5A8rUitMqF_tN-68" style="shape=tableRow;horizontal=0;startSize=0;swimlaneHead=0;swimlaneBody=0;top=0;left=0;bottom=0;right=0;collapsible=0;dropTarget=0;fillColor=none;points=[[0,0.5],[1,0.5]];portConstraint=eastwest;strokeColor=inherit;fontSize=16;" value="" vertex="1">
          <mxGeometry height="20" width="210" y="60" as="geometry" />
        </mxCell>
        <mxCell id="_DhCgDT5A8rUitMqF_tN-73" parent="_DhCgDT5A8rUitMqF_tN-72" style="shape=partialRectangle;html=1;whiteSpace=wrap;connectable=0;fillColor=none;top=0;left=0;bottom=0;right=0;overflow=hidden;strokeColor=inherit;fontSize=16;" value="" vertex="1">
          <mxGeometry height="20" width="47" as="geometry">
            <mxRectangle height="20" width="47" as="alternateBounds" />
          </mxGeometry>
        </mxCell>
        <mxCell id="_DhCgDT5A8rUitMqF_tN-74" parent="_DhCgDT5A8rUitMqF_tN-72" style="shape=partialRectangle;html=1;whiteSpace=wrap;connectable=0;fillColor=none;top=0;left=0;bottom=0;right=0;align=left;spacingLeft=6;overflow=hidden;strokeColor=inherit;fontSize=16;" value="art_bez, varchar(10)" vertex="1">
          <mxGeometry height="20" width="163" x="47" as="geometry">
            <mxRectangle height="20" width="163" as="alternateBounds" />
          </mxGeometry>
        </mxCell>
        <mxCell id="_DhCgDT5A8rUitMqF_tN-75" parent="_DhCgDT5A8rUitMqF_tN-68" style="shape=tableRow;horizontal=0;startSize=0;swimlaneHead=0;swimlaneBody=0;top=0;left=0;bottom=0;right=0;collapsible=0;dropTarget=0;fillColor=none;points=[[0,0.5],[1,0.5]];portConstraint=eastwest;strokeColor=inherit;fontSize=16;" value="" vertex="1">
          <mxGeometry height="30" width="210" y="80" as="geometry" />
        </mxCell>
        <mxCell id="_DhCgDT5A8rUitMqF_tN-76" parent="_DhCgDT5A8rUitMqF_tN-75" style="shape=partialRectangle;html=1;whiteSpace=wrap;connectable=0;fillColor=none;top=0;left=0;bottom=0;right=0;overflow=hidden;strokeColor=inherit;fontSize=16;" value="" vertex="1">
          <mxGeometry height="30" width="47" as="geometry">
            <mxRectangle height="30" width="47" as="alternateBounds" />
          </mxGeometry>
        </mxCell>
        <mxCell id="_DhCgDT5A8rUitMqF_tN-77" parent="_DhCgDT5A8rUitMqF_tN-75" style="shape=partialRectangle;html=1;whiteSpace=wrap;connectable=0;fillColor=none;top=0;left=0;bottom=0;right=0;align=left;spacingLeft=6;overflow=hidden;strokeColor=inherit;fontSize=16;" value="" vertex="1">
          <mxGeometry height="30" width="163" x="47" as="geometry">
            <mxRectangle height="30" width="163" as="alternateBounds" />
          </mxGeometry>
        </mxCell>
        <mxCell id="_DhCgDT5A8rUitMqF_tN-78" edge="1" parent="1" source="_DhCgDT5A8rUitMqF_tN-61" style="edgeStyle=orthogonalEdgeStyle;rounded=0;orthogonalLoop=1;jettySize=auto;html=1;exitX=0;exitY=0.5;exitDx=0;exitDy=0;entryX=0;entryY=0.5;entryDx=0;entryDy=0;endArrow=none;endFill=0;" target="_DhCgDT5A8rUitMqF_tN-69">
          <mxGeometry relative="1" as="geometry" />
        </mxCell>
        <mxCell id="_DhCgDT5A8rUitMqF_tN-79" parent="1" style="text;html=1;whiteSpace=wrap;strokeColor=none;fillColor=none;align=center;verticalAlign=middle;rounded=0;" value="1" vertex="1">
          <mxGeometry height="20" width="30" x="610" y="480" as="geometry" />
        </mxCell>
        <mxCell id="_DhCgDT5A8rUitMqF_tN-80" parent="1" style="text;html=1;whiteSpace=wrap;strokeColor=none;fillColor=none;align=center;verticalAlign=middle;rounded=0;" value="n" vertex="1">
-           <mxGeometry height="30" width="30" x="590" y="340" as="geometry" />
+           <mxGeometry height="30" width="30" x="590" y="350" as="geometry" />
        </mxCell>
        <mxCell id="_DhCgDT5A8rUitMqF_tN-81" parent="1" style="shape=table;startSize=30;container=1;collapsible=0;childLayout=tableLayout;fixedRows=1;rowLines=0;fontStyle=0;strokeColor=default;fontSize=16;" value="Kategorie" vertex="1">
          <mxGeometry height="120" width="200" x="640" y="650" as="geometry" />
        </mxCell>
        <mxCell id="_DhCgDT5A8rUitMqF_tN-82" parent="_DhCgDT5A8rUitMqF_tN-81" style="shape=tableRow;horizontal=0;startSize=0;swimlaneHead=0;swimlaneBody=0;top=0;left=0;bottom=0;right=0;collapsible=0;dropTarget=0;fillColor=none;points=[[0,0.5],[1,0.5]];portConstraint=eastwest;strokeColor=inherit;fontSize=16;" value="" vertex="1">
          <mxGeometry height="30" width="200" y="30" as="geometry" />
        </mxCell>
        <mxCell id="_DhCgDT5A8rUitMqF_tN-83" parent="_DhCgDT5A8rUitMqF_tN-82" style="shape=partialRectangle;html=1;whiteSpace=wrap;connectable=0;fillColor=none;top=0;left=0;bottom=0;right=0;overflow=hidden;pointerEvents=1;strokeColor=inherit;fontSize=16;" value="pk" vertex="1">
          <mxGeometry height="30" width="40" as="geometry">
            <mxRectangle height="30" width="40" as="alternateBounds" />
          </mxGeometry>
        </mxCell>
        <mxCell id="_DhCgDT5A8rUitMqF_tN-84" parent="_DhCgDT5A8rUitMqF_tN-82" style="shape=partialRectangle;html=1;whiteSpace=wrap;connectable=0;fillColor=none;top=0;left=0;bottom=0;right=0;align=left;spacingLeft=6;overflow=hidden;strokeColor=inherit;fontSize=16;" value="Kat_id, int" vertex="1">
          <mxGeometry height="30" width="160" x="40" as="geometry">
            <mxRectangle height="30" width="160" as="alternateBounds" />
          </mxGeometry>
        </mxCell>
        <mxCell id="_DhCgDT5A8rUitMqF_tN-85" parent="_DhCgDT5A8rUitMqF_tN-81" style="shape=tableRow;horizontal=0;startSize=0;swimlaneHead=0;swimlaneBody=0;top=0;left=0;bottom=0;right=0;collapsible=0;dropTarget=0;fillColor=none;points=[[0,0.5],[1,0.5]];portConstraint=eastwest;strokeColor=inherit;fontSize=16;" value="" vertex="1">
          <mxGeometry height="30" width="200" y="60" as="geometry" />
        </mxCell>
        <mxCell id="_DhCgDT5A8rUitMqF_tN-86" parent="_DhCgDT5A8rUitMqF_tN-85" style="shape=partialRectangle;html=1;whiteSpace=wrap;connectable=0;fillColor=none;top=0;left=0;bottom=0;right=0;overflow=hidden;strokeColor=inherit;fontSize=16;" value="" vertex="1">
          <mxGeometry height="30" width="40" as="geometry">
            <mxRectangle height="30" width="40" as="alternateBounds" />
          </mxGeometry>
        </mxCell>
        <mxCell id="_DhCgDT5A8rUitMqF_tN-87" parent="_DhCgDT5A8rUitMqF_tN-85" style="shape=partialRectangle;html=1;whiteSpace=wrap;connectable=0;fillColor=none;top=0;left=0;bottom=0;right=0;align=left;spacingLeft=6;overflow=hidden;strokeColor=inherit;fontSize=16;" value="Name, varchar(10)" vertex="1">
          <mxGeometry height="30" width="160" x="40" as="geometry">
            <mxRectangle height="30" width="160" as="alternateBounds" />
          </mxGeometry>
        </mxCell>
        <mxCell id="_DhCgDT5A8rUitMqF_tN-88" parent="_DhCgDT5A8rUitMqF_tN-81" style="shape=tableRow;horizontal=0;startSize=0;swimlaneHead=0;swimlaneBody=0;top=0;left=0;bottom=0;right=0;collapsible=0;dropTarget=0;fillColor=none;points=[[0,0.5],[1,0.5]];portConstraint=eastwest;strokeColor=inherit;fontSize=16;" value="" vertex="1">
          <mxGeometry height="30" width="200" y="90" as="geometry" />
        </mxCell>
        <mxCell id="_DhCgDT5A8rUitMqF_tN-89" parent="_DhCgDT5A8rUitMqF_tN-88" style="shape=partialRectangle;html=1;whiteSpace=wrap;connectable=0;fillColor=none;top=0;left=0;bottom=0;right=0;overflow=hidden;strokeColor=inherit;fontSize=16;" value="fk" vertex="1">
          <mxGeometry height="30" width="40" as="geometry">
            <mxRectangle height="30" width="40" as="alternateBounds" />
          </mxGeometry>
        </mxCell>
        <mxCell id="_DhCgDT5A8rUitMqF_tN-90" parent="_DhCgDT5A8rUitMqF_tN-88" style="shape=partialRectangle;html=1;whiteSpace=wrap;connectable=0;fillColor=none;top=0;left=0;bottom=0;right=0;align=left;spacingLeft=6;overflow=hidden;strokeColor=inherit;fontSize=16;" value="Art_id, int" vertex="1">
          <mxGeometry height="30" width="160" x="40" as="geometry">
            <mxRectangle height="30" width="160" as="alternateBounds" />
          </mxGeometry>
        </mxCell>
        <mxCell id="_DhCgDT5A8rUitMqF_tN-91" edge="1" parent="1" source="_DhCgDT5A8rUitMqF_tN-88" style="edgeStyle=orthogonalEdgeStyle;rounded=0;orthogonalLoop=1;jettySize=auto;html=1;exitX=0;exitY=0.5;exitDx=0;exitDy=0;entryX=1;entryY=0.5;entryDx=0;entryDy=0;endArrow=none;endFill=0;" target="_DhCgDT5A8rUitMqF_tN-69">
          <mxGeometry relative="1" as="geometry" />
        </mxCell>
        <mxCell id="_DhCgDT5A8rUitMqF_tN-92" parent="1" style="text;html=1;whiteSpace=wrap;strokeColor=none;fillColor=none;align=center;verticalAlign=middle;rounded=0;" value="n" vertex="1">
          <mxGeometry height="30" width="30" x="610" y="750" as="geometry" />
        </mxCell>
        <mxCell id="_DhCgDT5A8rUitMqF_tN-93" parent="1" style="text;html=1;whiteSpace=wrap;strokeColor=none;fillColor=none;align=center;verticalAlign=middle;rounded=0;" value="1" vertex="1">
          <mxGeometry height="20" width="10" x="860" y="480" as="geometry" />
        </mxCell>
      </root>
    </mxGraphModel>
  </diagram>
</mxfile>
